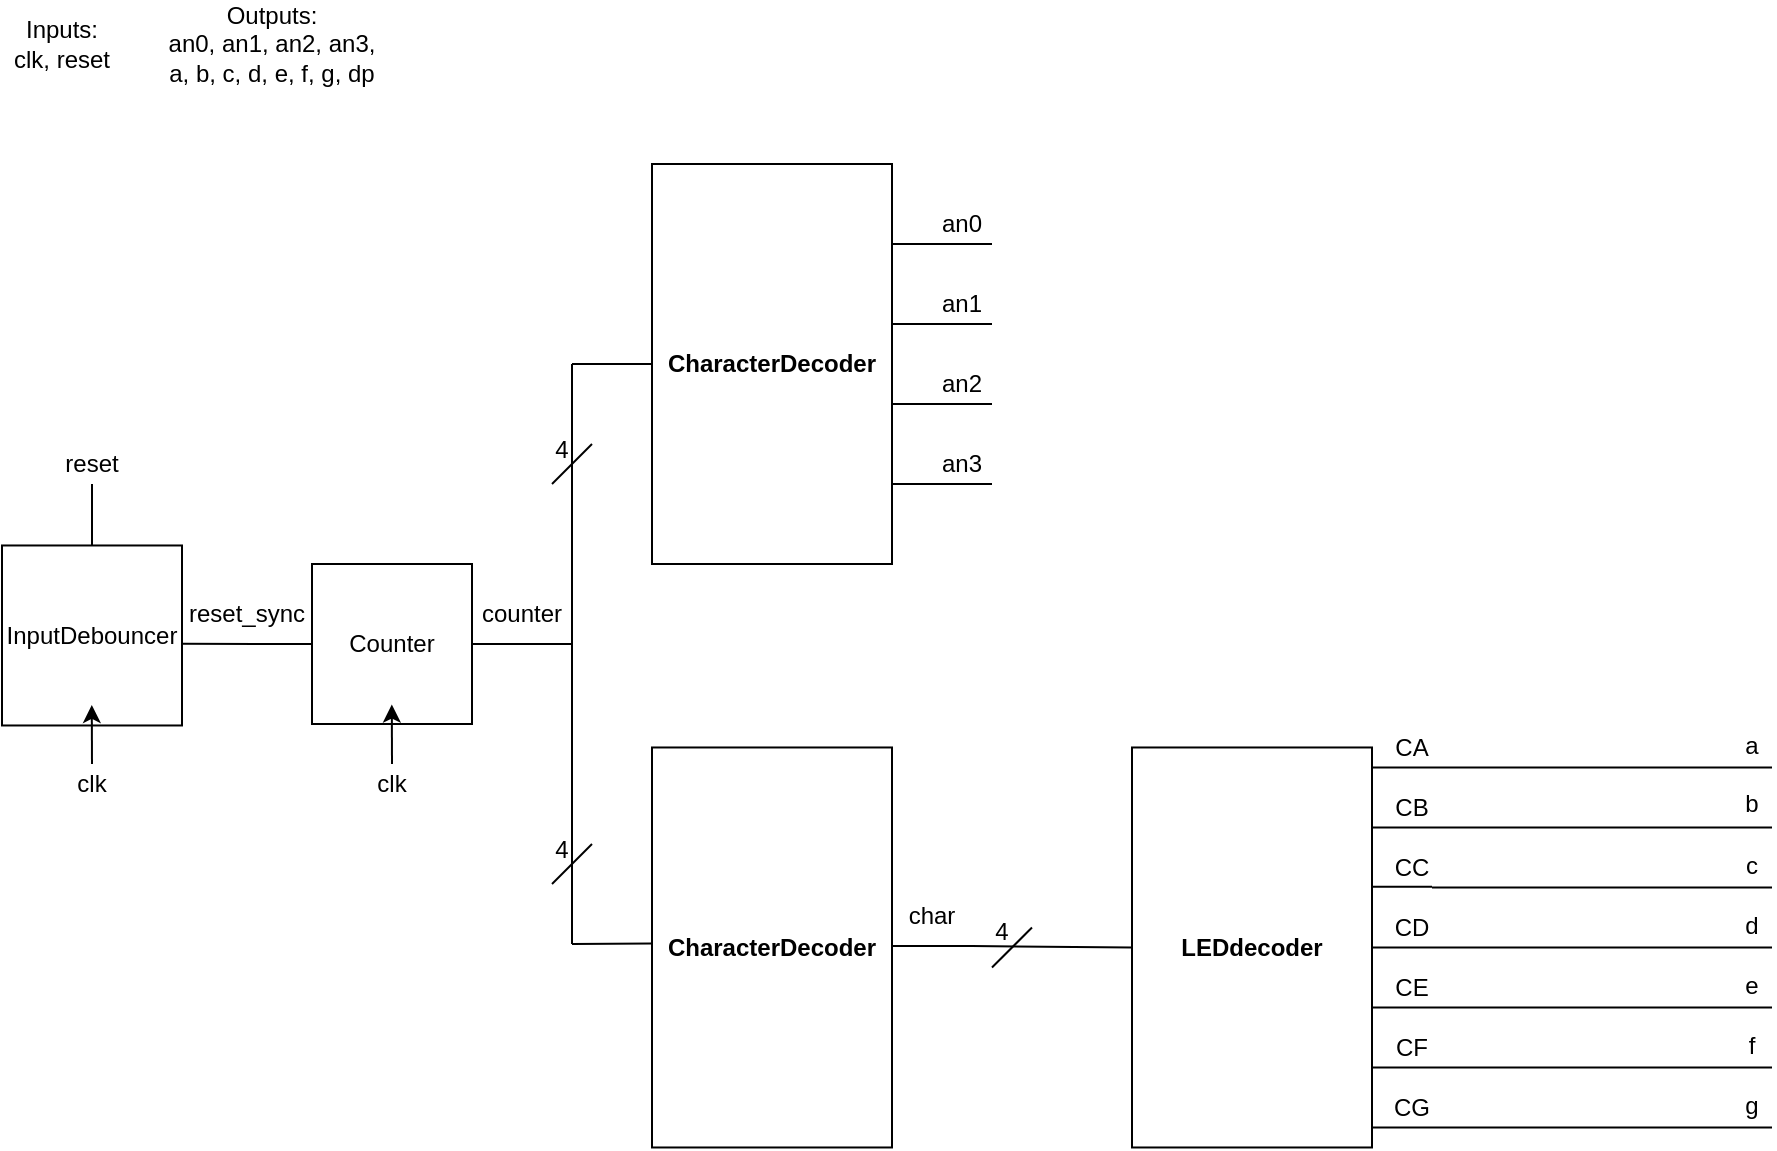
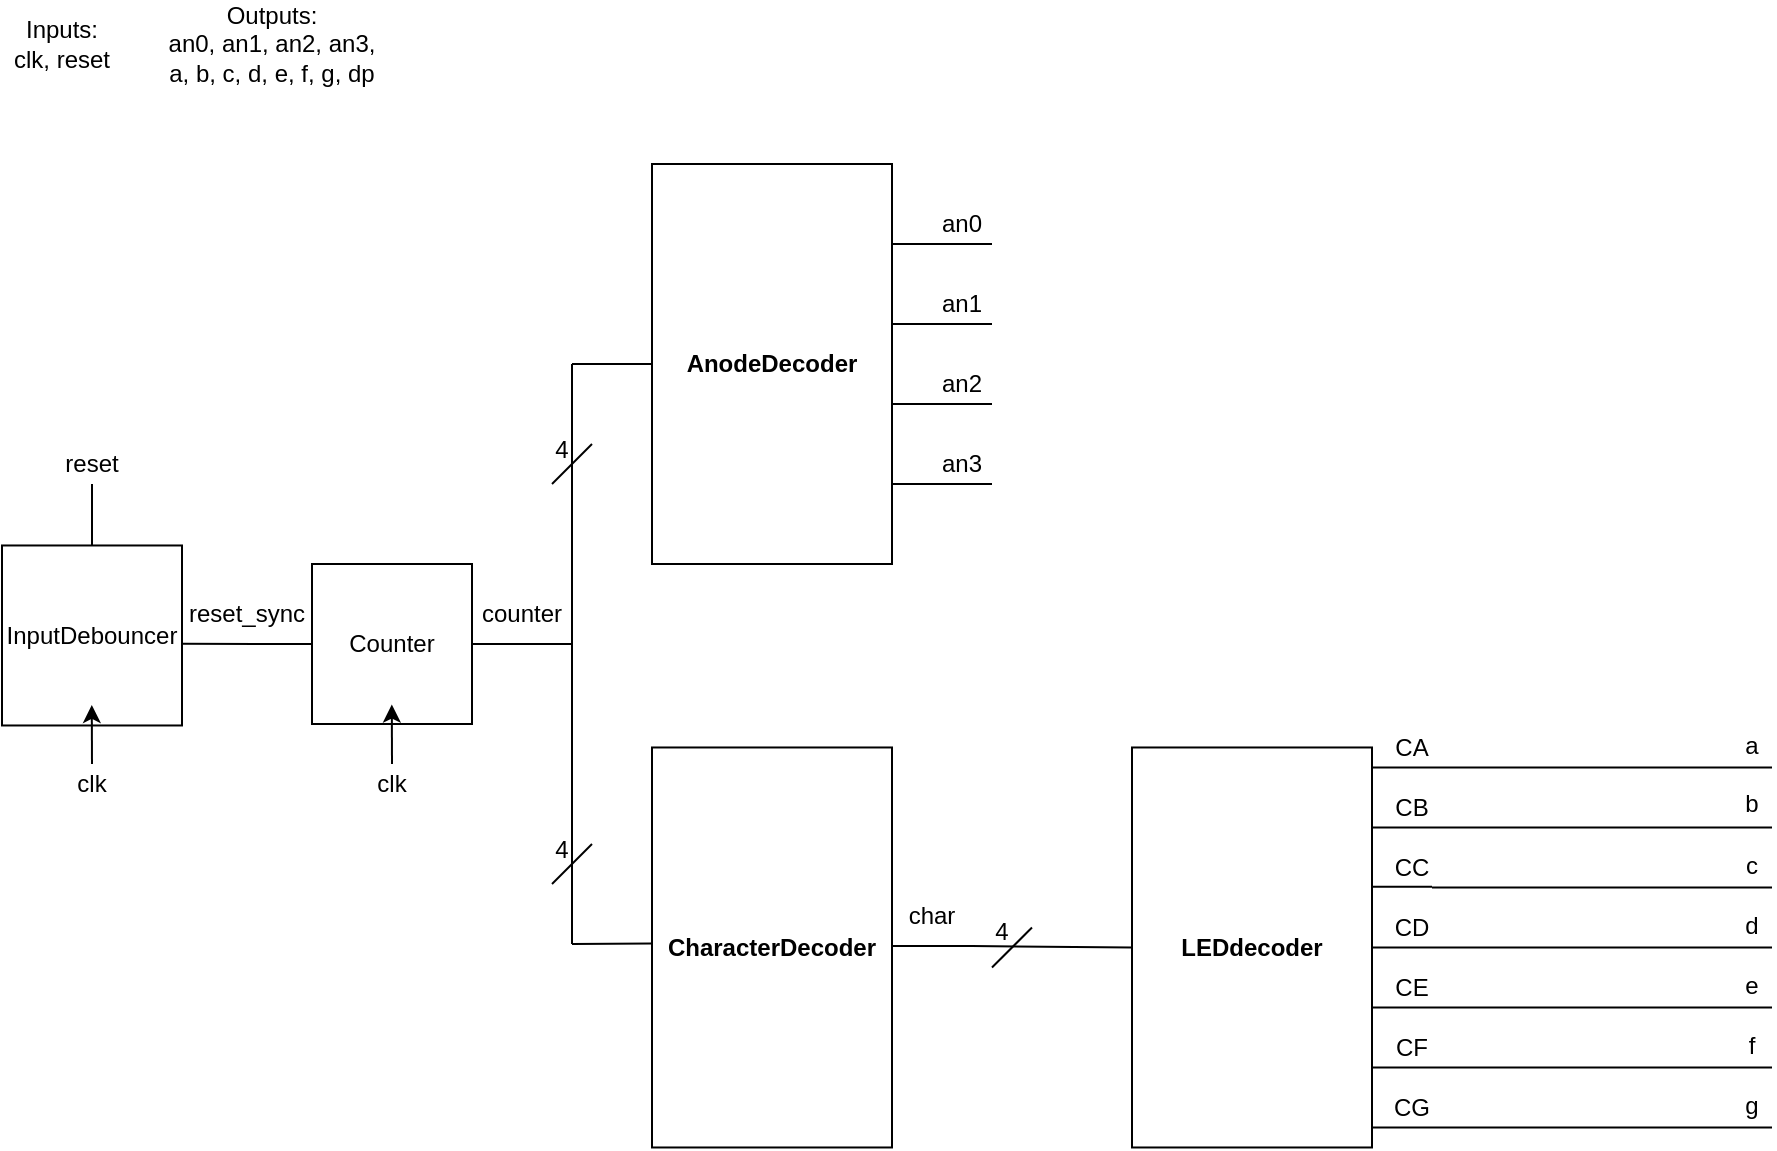
<mxfile host="app.diagrams.net" agent="Mozilla/5.0 (Windows NT 10.0; Win64; x64) AppleWebKit/537.36 (KHTML, like Gecko) Chrome/129.0.0.0 Safari/537.36" version="24.7.17">
  <diagram name="Page-1" id="YxhmcMY4fPs_wJXKGFSS">
-     <mxGraphModel dx="3771" dy="2058" grid="1" gridSize="10" guides="1" tooltips="1" connect="1" arrows="1" fold="1" page="1" pageScale="1" pageWidth="1169" pageHeight="1654" math="0" shadow="0">
+     <mxGraphModel dx="1050" dy="652" grid="1" gridSize="10" guides="1" tooltips="1" connect="1" arrows="1" fold="1" page="1" pageScale="1" pageWidth="1169" pageHeight="1654" math="0" shadow="0">
      <root>
        <mxCell id="0" />
        <mxCell id="1" parent="0" />
        <mxCell id="aaho3DbEwuqLaw4bmzcU-18" value="" style="endArrow=none;html=1;rounded=0;" parent="1" edge="1">
          <mxGeometry width="50" height="50" relative="1" as="geometry">
            <mxPoint x="485" y="160" as="sourcePoint" />
            <mxPoint x="535" y="160" as="targetPoint" />
          </mxGeometry>
        </mxCell>
        <mxCell id="aaho3DbEwuqLaw4bmzcU-19" value="an0" style="text;html=1;align=center;verticalAlign=middle;whiteSpace=wrap;rounded=0;container=0;" parent="1" vertex="1">
          <mxGeometry x="505" y="140" width="30" height="20" as="geometry" />
        </mxCell>
        <mxCell id="aaho3DbEwuqLaw4bmzcU-20" value="" style="endArrow=none;html=1;rounded=0;" parent="1" edge="1">
          <mxGeometry width="50" height="50" relative="1" as="geometry">
            <mxPoint x="485" y="200" as="sourcePoint" />
            <mxPoint x="535" y="200" as="targetPoint" />
          </mxGeometry>
        </mxCell>
        <mxCell id="aaho3DbEwuqLaw4bmzcU-21" value="an1" style="text;html=1;align=center;verticalAlign=middle;whiteSpace=wrap;rounded=0;container=0;" parent="1" vertex="1">
          <mxGeometry x="505" y="180" width="30" height="20" as="geometry" />
        </mxCell>
        <mxCell id="aaho3DbEwuqLaw4bmzcU-22" value="" style="endArrow=none;html=1;rounded=0;" parent="1" edge="1">
          <mxGeometry width="50" height="50" relative="1" as="geometry">
            <mxPoint x="485" y="240" as="sourcePoint" />
            <mxPoint x="535" y="240" as="targetPoint" />
          </mxGeometry>
        </mxCell>
        <mxCell id="aaho3DbEwuqLaw4bmzcU-23" value="an2" style="text;html=1;align=center;verticalAlign=middle;whiteSpace=wrap;rounded=0;container=0;" parent="1" vertex="1">
          <mxGeometry x="505" y="220" width="30" height="20" as="geometry" />
        </mxCell>
        <mxCell id="aaho3DbEwuqLaw4bmzcU-24" value="" style="endArrow=none;html=1;rounded=0;" parent="1" edge="1">
          <mxGeometry width="50" height="50" relative="1" as="geometry">
            <mxPoint x="485" y="280" as="sourcePoint" />
            <mxPoint x="535" y="280" as="targetPoint" />
          </mxGeometry>
        </mxCell>
        <mxCell id="aaho3DbEwuqLaw4bmzcU-25" value="an3" style="text;html=1;align=center;verticalAlign=middle;whiteSpace=wrap;rounded=0;container=0;" parent="1" vertex="1">
          <mxGeometry x="505" y="260" width="30" height="20" as="geometry" />
        </mxCell>
        <mxCell id="aaho3DbEwuqLaw4bmzcU-26" value="" style="endArrow=none;html=1;rounded=0;" parent="1" edge="1">
          <mxGeometry width="50" height="50" relative="1" as="geometry">
            <mxPoint x="875" y="421.74" as="sourcePoint" />
            <mxPoint x="925" y="421.74" as="targetPoint" />
          </mxGeometry>
        </mxCell>
        <mxCell id="aaho3DbEwuqLaw4bmzcU-27" value="a" style="text;html=1;align=center;verticalAlign=middle;whiteSpace=wrap;rounded=0;container=0;" parent="1" vertex="1">
          <mxGeometry x="905" y="400.74" width="20" height="20" as="geometry" />
        </mxCell>
        <mxCell id="aaho3DbEwuqLaw4bmzcU-28" value="" style="endArrow=none;html=1;rounded=0;" parent="1" edge="1">
          <mxGeometry width="50" height="50" relative="1" as="geometry">
            <mxPoint x="875" y="451.74" as="sourcePoint" />
            <mxPoint x="925" y="451.74" as="targetPoint" />
          </mxGeometry>
        </mxCell>
        <mxCell id="aaho3DbEwuqLaw4bmzcU-29" value="b" style="text;html=1;align=center;verticalAlign=middle;whiteSpace=wrap;rounded=0;container=0;" parent="1" vertex="1">
          <mxGeometry x="905" y="430.27" width="20" height="20" as="geometry" />
        </mxCell>
        <mxCell id="aaho3DbEwuqLaw4bmzcU-30" value="" style="endArrow=none;html=1;rounded=0;" parent="1" edge="1">
          <mxGeometry width="50" height="50" relative="1" as="geometry">
            <mxPoint x="875" y="481.74" as="sourcePoint" />
            <mxPoint x="925" y="481.74" as="targetPoint" />
          </mxGeometry>
        </mxCell>
        <mxCell id="aaho3DbEwuqLaw4bmzcU-31" value="c" style="text;html=1;align=center;verticalAlign=middle;whiteSpace=wrap;rounded=0;container=0;" parent="1" vertex="1">
          <mxGeometry x="905" y="460.74" width="20" height="20" as="geometry" />
        </mxCell>
        <mxCell id="aaho3DbEwuqLaw4bmzcU-32" value="" style="endArrow=none;html=1;rounded=0;" parent="1" edge="1">
          <mxGeometry width="50" height="50" relative="1" as="geometry">
            <mxPoint x="875" y="511.74" as="sourcePoint" />
            <mxPoint x="925" y="511.74" as="targetPoint" />
          </mxGeometry>
        </mxCell>
        <mxCell id="aaho3DbEwuqLaw4bmzcU-33" value="d" style="text;html=1;align=center;verticalAlign=middle;whiteSpace=wrap;rounded=0;container=0;" parent="1" vertex="1">
          <mxGeometry x="905" y="490.74" width="20" height="20" as="geometry" />
        </mxCell>
        <mxCell id="aaho3DbEwuqLaw4bmzcU-34" value="" style="endArrow=none;html=1;rounded=0;" parent="1" edge="1">
          <mxGeometry width="50" height="50" relative="1" as="geometry">
            <mxPoint x="875" y="541.74" as="sourcePoint" />
            <mxPoint x="925" y="541.74" as="targetPoint" />
          </mxGeometry>
        </mxCell>
        <mxCell id="aaho3DbEwuqLaw4bmzcU-35" value="e" style="text;html=1;align=center;verticalAlign=middle;whiteSpace=wrap;rounded=0;container=0;" parent="1" vertex="1">
          <mxGeometry x="905" y="520.74" width="20" height="20" as="geometry" />
        </mxCell>
        <mxCell id="aaho3DbEwuqLaw4bmzcU-36" value="" style="endArrow=none;html=1;rounded=0;" parent="1" edge="1">
          <mxGeometry width="50" height="50" relative="1" as="geometry">
            <mxPoint x="875" y="571.74" as="sourcePoint" />
            <mxPoint x="925" y="571.74" as="targetPoint" />
          </mxGeometry>
        </mxCell>
        <mxCell id="aaho3DbEwuqLaw4bmzcU-37" value="f" style="text;html=1;align=center;verticalAlign=middle;whiteSpace=wrap;rounded=0;container=0;" parent="1" vertex="1">
          <mxGeometry x="905" y="550.74" width="20" height="20" as="geometry" />
        </mxCell>
        <mxCell id="aaho3DbEwuqLaw4bmzcU-38" value="" style="endArrow=none;html=1;rounded=0;" parent="1" edge="1">
          <mxGeometry width="50" height="50" relative="1" as="geometry">
            <mxPoint x="875" y="601.74" as="sourcePoint" />
            <mxPoint x="925" y="601.74" as="targetPoint" />
          </mxGeometry>
        </mxCell>
        <mxCell id="aaho3DbEwuqLaw4bmzcU-39" value="g" style="text;html=1;align=center;verticalAlign=middle;whiteSpace=wrap;rounded=0;container=0;" parent="1" vertex="1">
          <mxGeometry x="905" y="580.74" width="20" height="20" as="geometry" />
        </mxCell>
        <mxCell id="aaho3DbEwuqLaw4bmzcU-40" value="" style="endArrow=none;html=1;rounded=0;exitX=1;exitY=1;exitDx=0;exitDy=0;" parent="1" edge="1">
          <mxGeometry width="50" height="50" relative="1" as="geometry">
            <mxPoint x="755" y="421.74" as="sourcePoint" />
            <mxPoint x="875" y="421.74" as="targetPoint" />
          </mxGeometry>
        </mxCell>
        <mxCell id="aaho3DbEwuqLaw4bmzcU-41" value="" style="endArrow=none;html=1;rounded=0;exitX=1;exitY=1;exitDx=0;exitDy=0;" parent="1" source="aaho3DbEwuqLaw4bmzcU-59" edge="1">
          <mxGeometry width="50" height="50" relative="1" as="geometry">
            <mxPoint x="825" y="501.74" as="sourcePoint" />
            <mxPoint x="875" y="451.74" as="targetPoint" />
          </mxGeometry>
        </mxCell>
        <mxCell id="aaho3DbEwuqLaw4bmzcU-42" value="" style="endArrow=none;html=1;rounded=0;exitX=1;exitY=1;exitDx=0;exitDy=0;" parent="1" source="aaho3DbEwuqLaw4bmzcU-60" edge="1">
          <mxGeometry width="50" height="50" relative="1" as="geometry">
            <mxPoint x="825" y="531.74" as="sourcePoint" />
            <mxPoint x="875" y="481.74" as="targetPoint" />
          </mxGeometry>
        </mxCell>
        <mxCell id="aaho3DbEwuqLaw4bmzcU-43" value="" style="endArrow=none;html=1;rounded=0;exitX=1;exitY=1;exitDx=0;exitDy=0;" parent="1" source="aaho3DbEwuqLaw4bmzcU-61" edge="1">
          <mxGeometry width="50" height="50" relative="1" as="geometry">
            <mxPoint x="825" y="561.74" as="sourcePoint" />
            <mxPoint x="875" y="511.74" as="targetPoint" />
          </mxGeometry>
        </mxCell>
        <mxCell id="aaho3DbEwuqLaw4bmzcU-44" value="" style="endArrow=none;html=1;rounded=0;exitX=1;exitY=1;exitDx=0;exitDy=0;" parent="1" source="aaho3DbEwuqLaw4bmzcU-62" edge="1">
          <mxGeometry width="50" height="50" relative="1" as="geometry">
            <mxPoint x="825" y="591.74" as="sourcePoint" />
            <mxPoint x="875" y="541.74" as="targetPoint" />
          </mxGeometry>
        </mxCell>
        <mxCell id="aaho3DbEwuqLaw4bmzcU-45" value="" style="endArrow=none;html=1;rounded=0;exitX=1;exitY=1;exitDx=0;exitDy=0;" parent="1" source="aaho3DbEwuqLaw4bmzcU-63" edge="1">
          <mxGeometry width="50" height="50" relative="1" as="geometry">
            <mxPoint x="825" y="621.74" as="sourcePoint" />
            <mxPoint x="875" y="571.74" as="targetPoint" />
          </mxGeometry>
        </mxCell>
        <mxCell id="aaho3DbEwuqLaw4bmzcU-46" value="" style="endArrow=none;html=1;rounded=0;exitX=1;exitY=1;exitDx=0;exitDy=0;" parent="1" source="aaho3DbEwuqLaw4bmzcU-64" edge="1">
          <mxGeometry width="50" height="50" relative="1" as="geometry">
            <mxPoint x="825" y="651.74" as="sourcePoint" />
            <mxPoint x="875" y="601.74" as="targetPoint" />
          </mxGeometry>
        </mxCell>
-         <mxCell id="aaho3DbEwuqLaw4bmzcU-50" value="" style="endArrow=none;html=1;rounded=0;entryX=1;entryY=1;entryDx=0;entryDy=0;" parent="1" edge="1" target="lzWyZ2ymdWw4hxoxbiPD-13">
+         <mxCell id="aaho3DbEwuqLaw4bmzcU-50" value="" style="endArrow=none;html=1;rounded=0;entryX=1;entryY=1;entryDx=0;entryDy=0;" parent="1" target="lzWyZ2ymdWw4hxoxbiPD-13" edge="1">
          <mxGeometry width="50" height="50" relative="1" as="geometry">
            <mxPoint x="275" y="360" as="sourcePoint" />
            <mxPoint x="335" y="360" as="targetPoint" />
          </mxGeometry>
        </mxCell>
        <mxCell id="aaho3DbEwuqLaw4bmzcU-58" value="&lt;b&gt;LEDdecoder&lt;/b&gt;" style="rounded=0;whiteSpace=wrap;html=1;" parent="1" vertex="1">
          <mxGeometry x="605" y="411.74" width="120" height="200" as="geometry" />
        </mxCell>
        <mxCell id="aaho3DbEwuqLaw4bmzcU-59" value="CB" style="text;html=1;align=center;verticalAlign=middle;whiteSpace=wrap;rounded=0;" parent="1" vertex="1">
          <mxGeometry x="735" y="431.74" width="20" height="20" as="geometry" />
        </mxCell>
        <mxCell id="aaho3DbEwuqLaw4bmzcU-60" value="CC" style="text;html=1;align=center;verticalAlign=middle;whiteSpace=wrap;rounded=0;" parent="1" vertex="1">
          <mxGeometry x="735" y="461.74" width="20" height="20" as="geometry" />
        </mxCell>
        <mxCell id="aaho3DbEwuqLaw4bmzcU-61" value="CD" style="text;html=1;align=center;verticalAlign=middle;whiteSpace=wrap;rounded=0;" parent="1" vertex="1">
          <mxGeometry x="735" y="491.74" width="20" height="20" as="geometry" />
        </mxCell>
        <mxCell id="aaho3DbEwuqLaw4bmzcU-62" value="CE" style="text;html=1;align=center;verticalAlign=middle;whiteSpace=wrap;rounded=0;" parent="1" vertex="1">
          <mxGeometry x="735" y="521.74" width="20" height="20" as="geometry" />
        </mxCell>
        <mxCell id="aaho3DbEwuqLaw4bmzcU-63" value="CF" style="text;html=1;align=center;verticalAlign=middle;whiteSpace=wrap;rounded=0;" parent="1" vertex="1">
          <mxGeometry x="735" y="551.74" width="20" height="20" as="geometry" />
        </mxCell>
        <mxCell id="aaho3DbEwuqLaw4bmzcU-64" value="CG" style="text;html=1;align=center;verticalAlign=middle;whiteSpace=wrap;rounded=0;" parent="1" vertex="1">
          <mxGeometry x="735" y="581.74" width="20" height="20" as="geometry" />
        </mxCell>
        <mxCell id="aaho3DbEwuqLaw4bmzcU-65" value="CA" style="text;html=1;align=center;verticalAlign=middle;whiteSpace=wrap;rounded=0;" parent="1" vertex="1">
          <mxGeometry x="735" y="401.74" width="20" height="20" as="geometry" />
        </mxCell>
        <mxCell id="aaho3DbEwuqLaw4bmzcU-66" value="" style="endArrow=none;html=1;rounded=0;exitX=1;exitY=0.5;exitDx=0;exitDy=0;" parent="1" source="aaho3DbEwuqLaw4bmzcU-58" edge="1">
          <mxGeometry width="50" height="50" relative="1" as="geometry">
            <mxPoint x="705" y="561.74" as="sourcePoint" />
            <mxPoint x="755" y="511.74" as="targetPoint" />
          </mxGeometry>
        </mxCell>
        <mxCell id="aaho3DbEwuqLaw4bmzcU-67" value="" style="endArrow=none;html=1;rounded=0;exitX=1;exitY=0.5;exitDx=0;exitDy=0;" parent="1" edge="1">
          <mxGeometry width="50" height="50" relative="1" as="geometry">
            <mxPoint x="725" y="421.74" as="sourcePoint" />
            <mxPoint x="755" y="421.74" as="targetPoint" />
          </mxGeometry>
        </mxCell>
        <mxCell id="aaho3DbEwuqLaw4bmzcU-68" value="" style="endArrow=none;html=1;rounded=0;exitX=1;exitY=0.5;exitDx=0;exitDy=0;" parent="1" edge="1">
          <mxGeometry width="50" height="50" relative="1" as="geometry">
            <mxPoint x="725" y="451.74" as="sourcePoint" />
            <mxPoint x="755" y="451.74" as="targetPoint" />
          </mxGeometry>
        </mxCell>
        <mxCell id="aaho3DbEwuqLaw4bmzcU-69" value="" style="endArrow=none;html=1;rounded=0;exitX=1;exitY=0.5;exitDx=0;exitDy=0;" parent="1" edge="1">
          <mxGeometry width="50" height="50" relative="1" as="geometry">
            <mxPoint x="725" y="481.3599999999999" as="sourcePoint" />
            <mxPoint x="755" y="481.3599999999999" as="targetPoint" />
          </mxGeometry>
        </mxCell>
        <mxCell id="aaho3DbEwuqLaw4bmzcU-70" value="" style="endArrow=none;html=1;rounded=0;exitX=1;exitY=0.5;exitDx=0;exitDy=0;" parent="1" edge="1">
          <mxGeometry width="50" height="50" relative="1" as="geometry">
            <mxPoint x="725" y="541.74" as="sourcePoint" />
            <mxPoint x="755" y="541.74" as="targetPoint" />
          </mxGeometry>
        </mxCell>
        <mxCell id="aaho3DbEwuqLaw4bmzcU-71" value="" style="endArrow=none;html=1;rounded=0;exitX=1;exitY=0.5;exitDx=0;exitDy=0;" parent="1" edge="1">
          <mxGeometry width="50" height="50" relative="1" as="geometry">
            <mxPoint x="725" y="571.74" as="sourcePoint" />
            <mxPoint x="755" y="571.74" as="targetPoint" />
          </mxGeometry>
        </mxCell>
        <mxCell id="aaho3DbEwuqLaw4bmzcU-72" value="" style="endArrow=none;html=1;rounded=0;exitX=1;exitY=0.5;exitDx=0;exitDy=0;" parent="1" edge="1">
          <mxGeometry width="50" height="50" relative="1" as="geometry">
            <mxPoint x="725" y="601.74" as="sourcePoint" />
            <mxPoint x="755" y="601.74" as="targetPoint" />
          </mxGeometry>
        </mxCell>
        <mxCell id="aaho3DbEwuqLaw4bmzcU-128" value="" style="endArrow=none;html=1;rounded=0;" parent="1" edge="1">
          <mxGeometry width="50" height="50" relative="1" as="geometry">
            <mxPoint x="325" y="510" as="sourcePoint" />
            <mxPoint x="325" y="360" as="targetPoint" />
          </mxGeometry>
        </mxCell>
        <mxCell id="aaho3DbEwuqLaw4bmzcU-142" value="" style="endArrow=none;html=1;rounded=0;entryX=0;entryY=0.5;entryDx=0;entryDy=0;" parent="1" target="aaho3DbEwuqLaw4bmzcU-58" edge="1">
          <mxGeometry width="50" height="50" relative="1" as="geometry">
            <mxPoint x="525" y="511" as="sourcePoint" />
            <mxPoint x="575" y="461" as="targetPoint" />
          </mxGeometry>
        </mxCell>
        <mxCell id="aaho3DbEwuqLaw4bmzcU-163" value="" style="endArrow=none;html=1;rounded=0;exitX=1;exitY=0.5;exitDx=0;exitDy=-5;exitPerimeter=0;" parent="1" edge="1">
          <mxGeometry width="50" height="50" relative="1" as="geometry">
            <mxPoint x="485" y="511" as="sourcePoint" />
            <mxPoint x="525" y="511" as="targetPoint" />
          </mxGeometry>
        </mxCell>
        <mxCell id="aaho3DbEwuqLaw4bmzcU-220" value="&lt;b&gt;CharacterDecoder&lt;/b&gt;" style="rounded=0;whiteSpace=wrap;html=1;" parent="1" vertex="1">
          <mxGeometry x="365" y="411.74" width="120" height="200" as="geometry" />
        </mxCell>
-         <mxCell id="lzWyZ2ymdWw4hxoxbiPD-3" value="" style="endArrow=none;html=1;rounded=0;" edge="1" parent="1">
+         <mxCell id="lzWyZ2ymdWw4hxoxbiPD-3" value="" style="endArrow=none;html=1;rounded=0;" parent="1" edge="1">
          <mxGeometry width="50" height="50" relative="1" as="geometry">
            <mxPoint x="315" y="480" as="sourcePoint" />
            <mxPoint x="335" y="460" as="targetPoint" />
          </mxGeometry>
        </mxCell>
-         <mxCell id="lzWyZ2ymdWw4hxoxbiPD-4" value="4" style="text;html=1;align=center;verticalAlign=middle;whiteSpace=wrap;rounded=0;" vertex="1" parent="1">
+         <mxCell id="lzWyZ2ymdWw4hxoxbiPD-4" value="4" style="text;html=1;align=center;verticalAlign=middle;whiteSpace=wrap;rounded=0;" parent="1" vertex="1">
          <mxGeometry x="315" y="455" width="10" height="15" as="geometry" />
        </mxCell>
-         <mxCell id="lzWyZ2ymdWw4hxoxbiPD-5" value="" style="endArrow=none;html=1;rounded=0;" edge="1" parent="1">
+         <mxCell id="lzWyZ2ymdWw4hxoxbiPD-5" value="" style="endArrow=none;html=1;rounded=0;" parent="1" edge="1">
          <mxGeometry width="50" height="50" relative="1" as="geometry">
            <mxPoint x="535" y="521.74" as="sourcePoint" />
            <mxPoint x="555" y="501.74" as="targetPoint" />
          </mxGeometry>
        </mxCell>
-         <mxCell id="lzWyZ2ymdWw4hxoxbiPD-6" value="4" style="text;html=1;align=center;verticalAlign=middle;whiteSpace=wrap;rounded=0;" vertex="1" parent="1">
+         <mxCell id="lzWyZ2ymdWw4hxoxbiPD-6" value="4" style="text;html=1;align=center;verticalAlign=middle;whiteSpace=wrap;rounded=0;" parent="1" vertex="1">
          <mxGeometry x="535" y="496.74" width="10" height="15" as="geometry" />
        </mxCell>
-         <mxCell id="lzWyZ2ymdWw4hxoxbiPD-7" value="" style="endArrow=none;html=1;rounded=0;" edge="1" parent="1">
+         <mxCell id="lzWyZ2ymdWw4hxoxbiPD-7" value="" style="endArrow=none;html=1;rounded=0;" parent="1" edge="1">
          <mxGeometry width="50" height="50" relative="1" as="geometry">
            <mxPoint x="325" y="360" as="sourcePoint" />
            <mxPoint x="325" y="220" as="targetPoint" />
          </mxGeometry>
        </mxCell>
-         <mxCell id="lzWyZ2ymdWw4hxoxbiPD-8" value="Counter" style="whiteSpace=wrap;html=1;aspect=fixed;" vertex="1" parent="1">
+         <mxCell id="lzWyZ2ymdWw4hxoxbiPD-8" value="Counter" style="whiteSpace=wrap;html=1;aspect=fixed;" parent="1" vertex="1">
          <mxGeometry x="195" y="320" width="80" height="80" as="geometry" />
        </mxCell>
-         <mxCell id="lzWyZ2ymdWw4hxoxbiPD-9" value="&lt;b&gt;CharacterDecoder&lt;/b&gt;" style="rounded=0;whiteSpace=wrap;html=1;" vertex="1" parent="1">
+         <mxCell id="lzWyZ2ymdWw4hxoxbiPD-9" value="&lt;b&gt;AnodeDecoder&lt;/b&gt;" style="rounded=0;whiteSpace=wrap;html=1;" parent="1" vertex="1">
          <mxGeometry x="365" y="120" width="120" height="200" as="geometry" />
        </mxCell>
-         <mxCell id="lzWyZ2ymdWw4hxoxbiPD-10" value="" style="endArrow=none;html=1;rounded=0;" edge="1" parent="1">
+         <mxCell id="lzWyZ2ymdWw4hxoxbiPD-10" value="" style="endArrow=none;html=1;rounded=0;" parent="1" edge="1">
          <mxGeometry width="50" height="50" relative="1" as="geometry">
            <mxPoint x="315" y="280" as="sourcePoint" />
            <mxPoint x="335" y="260" as="targetPoint" />
          </mxGeometry>
        </mxCell>
-         <mxCell id="lzWyZ2ymdWw4hxoxbiPD-11" value="4" style="text;html=1;align=center;verticalAlign=middle;whiteSpace=wrap;rounded=0;" vertex="1" parent="1">
+         <mxCell id="lzWyZ2ymdWw4hxoxbiPD-11" value="4" style="text;html=1;align=center;verticalAlign=middle;whiteSpace=wrap;rounded=0;" parent="1" vertex="1">
          <mxGeometry x="315" y="255" width="10" height="15" as="geometry" />
        </mxCell>
-         <mxCell id="lzWyZ2ymdWw4hxoxbiPD-12" value="" style="endArrow=none;html=1;rounded=0;entryX=0;entryY=0.5;entryDx=0;entryDy=0;" edge="1" parent="1" target="lzWyZ2ymdWw4hxoxbiPD-9">
+         <mxCell id="lzWyZ2ymdWw4hxoxbiPD-12" value="" style="endArrow=none;html=1;rounded=0;entryX=0;entryY=0.5;entryDx=0;entryDy=0;" parent="1" target="lzWyZ2ymdWw4hxoxbiPD-9" edge="1">
          <mxGeometry width="50" height="50" relative="1" as="geometry">
            <mxPoint x="325" y="220" as="sourcePoint" />
            <mxPoint x="375" y="170" as="targetPoint" />
          </mxGeometry>
        </mxCell>
-         <mxCell id="lzWyZ2ymdWw4hxoxbiPD-13" value="counter" style="text;html=1;align=center;verticalAlign=middle;whiteSpace=wrap;rounded=0;" vertex="1" parent="1">
+         <mxCell id="lzWyZ2ymdWw4hxoxbiPD-13" value="counter" style="text;html=1;align=center;verticalAlign=middle;whiteSpace=wrap;rounded=0;" parent="1" vertex="1">
          <mxGeometry x="275" y="330" width="50" height="30" as="geometry" />
        </mxCell>
-         <mxCell id="lzWyZ2ymdWw4hxoxbiPD-14" value="char" style="text;html=1;align=center;verticalAlign=middle;whiteSpace=wrap;rounded=0;" vertex="1" parent="1">
+         <mxCell id="lzWyZ2ymdWw4hxoxbiPD-14" value="char" style="text;html=1;align=center;verticalAlign=middle;whiteSpace=wrap;rounded=0;" parent="1" vertex="1">
          <mxGeometry x="485" y="480.74" width="40" height="30" as="geometry" />
        </mxCell>
-         <mxCell id="lzWyZ2ymdWw4hxoxbiPD-15" value="InputDebouncer" style="whiteSpace=wrap;html=1;aspect=fixed;" vertex="1" parent="1">
+         <mxCell id="lzWyZ2ymdWw4hxoxbiPD-15" value="InputDebouncer" style="whiteSpace=wrap;html=1;aspect=fixed;" parent="1" vertex="1">
          <mxGeometry x="40" y="310.74" width="90" height="90" as="geometry" />
        </mxCell>
-         <mxCell id="lzWyZ2ymdWw4hxoxbiPD-16" value="" style="endArrow=none;html=1;rounded=0;entryX=0;entryY=0.49;entryDx=0;entryDy=0;entryPerimeter=0;" edge="1" parent="1" target="aaho3DbEwuqLaw4bmzcU-220">
+         <mxCell id="lzWyZ2ymdWw4hxoxbiPD-16" value="" style="endArrow=none;html=1;rounded=0;entryX=0;entryY=0.49;entryDx=0;entryDy=0;entryPerimeter=0;" parent="1" target="aaho3DbEwuqLaw4bmzcU-220" edge="1">
          <mxGeometry width="50" height="50" relative="1" as="geometry">
            <mxPoint x="325" y="510" as="sourcePoint" />
            <mxPoint x="375" y="460" as="targetPoint" />
          </mxGeometry>
        </mxCell>
-         <mxCell id="lzWyZ2ymdWw4hxoxbiPD-17" value="" style="endArrow=classic;html=1;rounded=0;" edge="1" parent="1">
+         <mxCell id="lzWyZ2ymdWw4hxoxbiPD-17" value="" style="endArrow=classic;html=1;rounded=0;" parent="1" edge="1">
          <mxGeometry width="50" height="50" relative="1" as="geometry">
            <mxPoint x="235" y="420" as="sourcePoint" />
            <mxPoint x="234.89999999999998" y="390.27" as="targetPoint" />
          </mxGeometry>
        </mxCell>
-         <mxCell id="lzWyZ2ymdWw4hxoxbiPD-18" value="clk" style="text;html=1;align=center;verticalAlign=middle;whiteSpace=wrap;rounded=0;" vertex="1" parent="1">
+         <mxCell id="lzWyZ2ymdWw4hxoxbiPD-18" value="clk" style="text;html=1;align=center;verticalAlign=middle;whiteSpace=wrap;rounded=0;" parent="1" vertex="1">
          <mxGeometry x="225" y="420.74" width="20" height="18" as="geometry" />
        </mxCell>
-         <mxCell id="lzWyZ2ymdWw4hxoxbiPD-20" value="" style="endArrow=classic;html=1;rounded=0;" edge="1" parent="1">
+         <mxCell id="lzWyZ2ymdWw4hxoxbiPD-20" value="" style="endArrow=classic;html=1;rounded=0;" parent="1" edge="1">
          <mxGeometry width="50" height="50" relative="1" as="geometry">
            <mxPoint x="85" y="420" as="sourcePoint" />
            <mxPoint x="84.88999999999999" y="390.48" as="targetPoint" />
          </mxGeometry>
        </mxCell>
-         <mxCell id="lzWyZ2ymdWw4hxoxbiPD-21" value="clk" style="text;html=1;align=center;verticalAlign=middle;whiteSpace=wrap;rounded=0;" vertex="1" parent="1">
+         <mxCell id="lzWyZ2ymdWw4hxoxbiPD-21" value="clk" style="text;html=1;align=center;verticalAlign=middle;whiteSpace=wrap;rounded=0;" parent="1" vertex="1">
          <mxGeometry x="75" y="420.74" width="20" height="18" as="geometry" />
        </mxCell>
-         <mxCell id="lzWyZ2ymdWw4hxoxbiPD-22" value="" style="endArrow=none;html=1;rounded=0;exitX=1.001;exitY=0.546;exitDx=0;exitDy=0;exitPerimeter=0;" edge="1" parent="1" source="lzWyZ2ymdWw4hxoxbiPD-15">
+         <mxCell id="lzWyZ2ymdWw4hxoxbiPD-22" value="" style="endArrow=none;html=1;rounded=0;exitX=1.001;exitY=0.546;exitDx=0;exitDy=0;exitPerimeter=0;" parent="1" source="lzWyZ2ymdWw4hxoxbiPD-15" edge="1">
          <mxGeometry width="50" height="50" relative="1" as="geometry">
            <mxPoint x="145" y="410" as="sourcePoint" />
            <mxPoint x="195" y="360" as="targetPoint" />
          </mxGeometry>
        </mxCell>
-         <mxCell id="lzWyZ2ymdWw4hxoxbiPD-23" value="reset_sync" style="text;html=1;align=center;verticalAlign=middle;whiteSpace=wrap;rounded=0;" vertex="1" parent="1">
+         <mxCell id="lzWyZ2ymdWw4hxoxbiPD-23" value="reset_sync" style="text;html=1;align=center;verticalAlign=middle;whiteSpace=wrap;rounded=0;" parent="1" vertex="1">
          <mxGeometry x="130" y="330" width="65" height="30" as="geometry" />
        </mxCell>
-         <mxCell id="lzWyZ2ymdWw4hxoxbiPD-24" value="" style="endArrow=none;html=1;rounded=0;exitX=0.5;exitY=0;exitDx=0;exitDy=0;" edge="1" parent="1" source="lzWyZ2ymdWw4hxoxbiPD-15">
+         <mxCell id="lzWyZ2ymdWw4hxoxbiPD-24" value="" style="endArrow=none;html=1;rounded=0;exitX=0.5;exitY=0;exitDx=0;exitDy=0;" parent="1" source="lzWyZ2ymdWw4hxoxbiPD-15" edge="1">
          <mxGeometry width="50" height="50" relative="1" as="geometry">
            <mxPoint x="85" y="310" as="sourcePoint" />
            <mxPoint x="85" y="280" as="targetPoint" />
          </mxGeometry>
        </mxCell>
-         <mxCell id="lzWyZ2ymdWw4hxoxbiPD-25" value="reset" style="text;html=1;align=center;verticalAlign=middle;whiteSpace=wrap;rounded=0;" vertex="1" parent="1">
+         <mxCell id="lzWyZ2ymdWw4hxoxbiPD-25" value="reset" style="text;html=1;align=center;verticalAlign=middle;whiteSpace=wrap;rounded=0;" parent="1" vertex="1">
          <mxGeometry x="65" y="260" width="40" height="20" as="geometry" />
        </mxCell>
-         <mxCell id="lzWyZ2ymdWw4hxoxbiPD-26" value="Inputs:&lt;div&gt;clk,&amp;nbsp;&lt;span style=&quot;background-color: initial;&quot;&gt;reset&lt;/span&gt;&lt;/div&gt;" style="text;html=1;align=center;verticalAlign=middle;whiteSpace=wrap;rounded=0;" vertex="1" parent="1">
+         <mxCell id="lzWyZ2ymdWw4hxoxbiPD-26" value="Inputs:&lt;div&gt;clk,&amp;nbsp;&lt;span style=&quot;background-color: initial;&quot;&gt;reset&lt;/span&gt;&lt;/div&gt;" style="text;html=1;align=center;verticalAlign=middle;whiteSpace=wrap;rounded=0;" parent="1" vertex="1">
          <mxGeometry x="40" y="40" width="60" height="40" as="geometry" />
        </mxCell>
-         <mxCell id="lzWyZ2ymdWw4hxoxbiPD-27" value="Outputs:&lt;div&gt;an0, an1, an2, an3, a, b, c, d, e, f, g, dp&lt;/div&gt;" style="text;html=1;align=center;verticalAlign=middle;whiteSpace=wrap;rounded=0;" vertex="1" parent="1">
+         <mxCell id="lzWyZ2ymdWw4hxoxbiPD-27" value="Outputs:&lt;div&gt;an0, an1, an2, an3, a, b, c, d, e, f, g, dp&lt;/div&gt;" style="text;html=1;align=center;verticalAlign=middle;whiteSpace=wrap;rounded=0;" parent="1" vertex="1">
          <mxGeometry x="120" y="40" width="110" height="40" as="geometry" />
        </mxCell>
      </root>
    </mxGraphModel>
  </diagram>
</mxfile>
